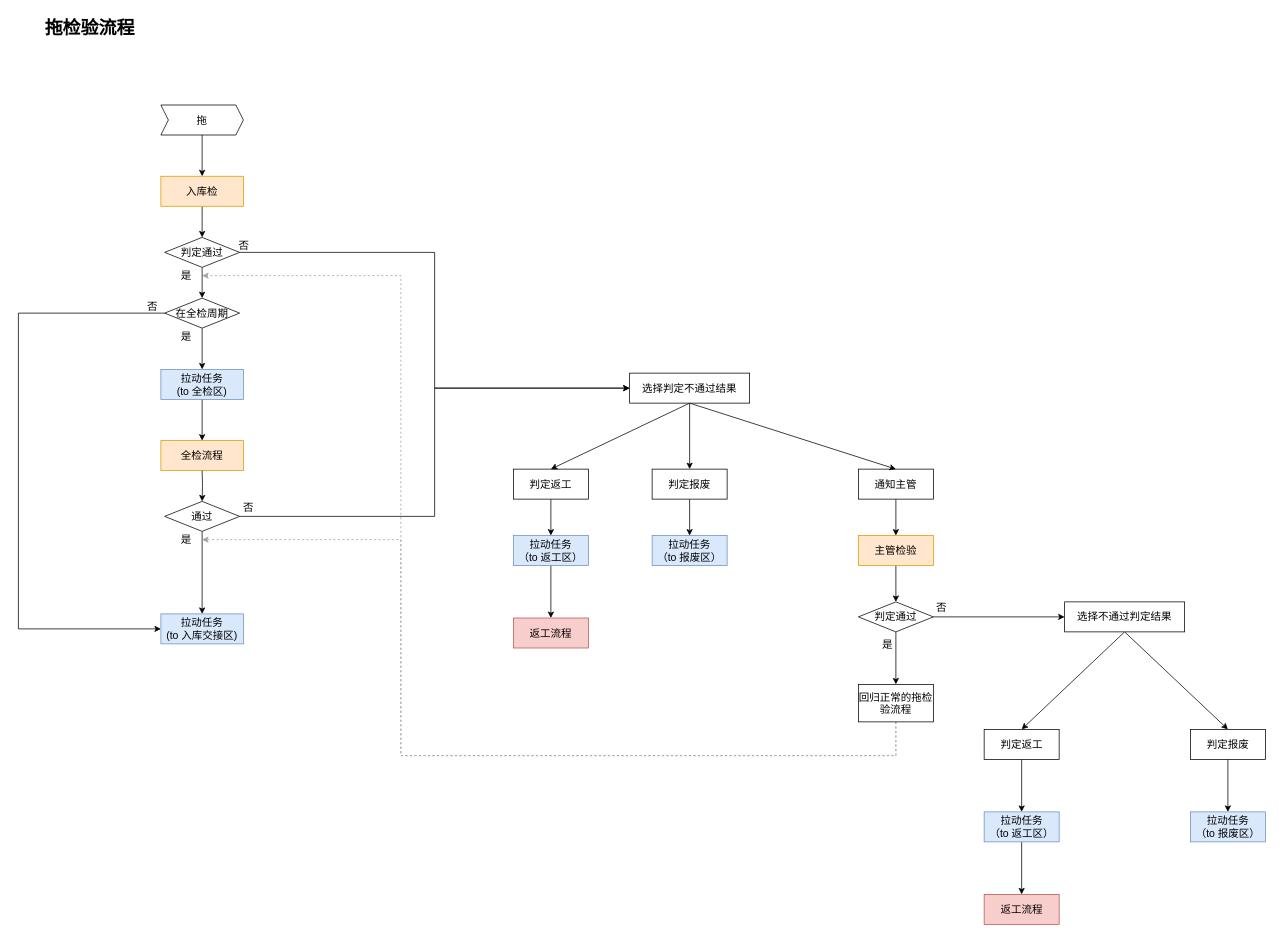
Above: page "第 2 页" (6 of 6) of 切单挂起.drawio in k525056857/mfr (draw.io), before the change. Source tidied: cells renumbered, new cells numbered last; positions are measured from the earlier drawing's top-left corner, leaving out a move shared by most shapes. Both pictures are drawn from the tidied source at 75%, with x=0, y=0 at pixel (18, 13).
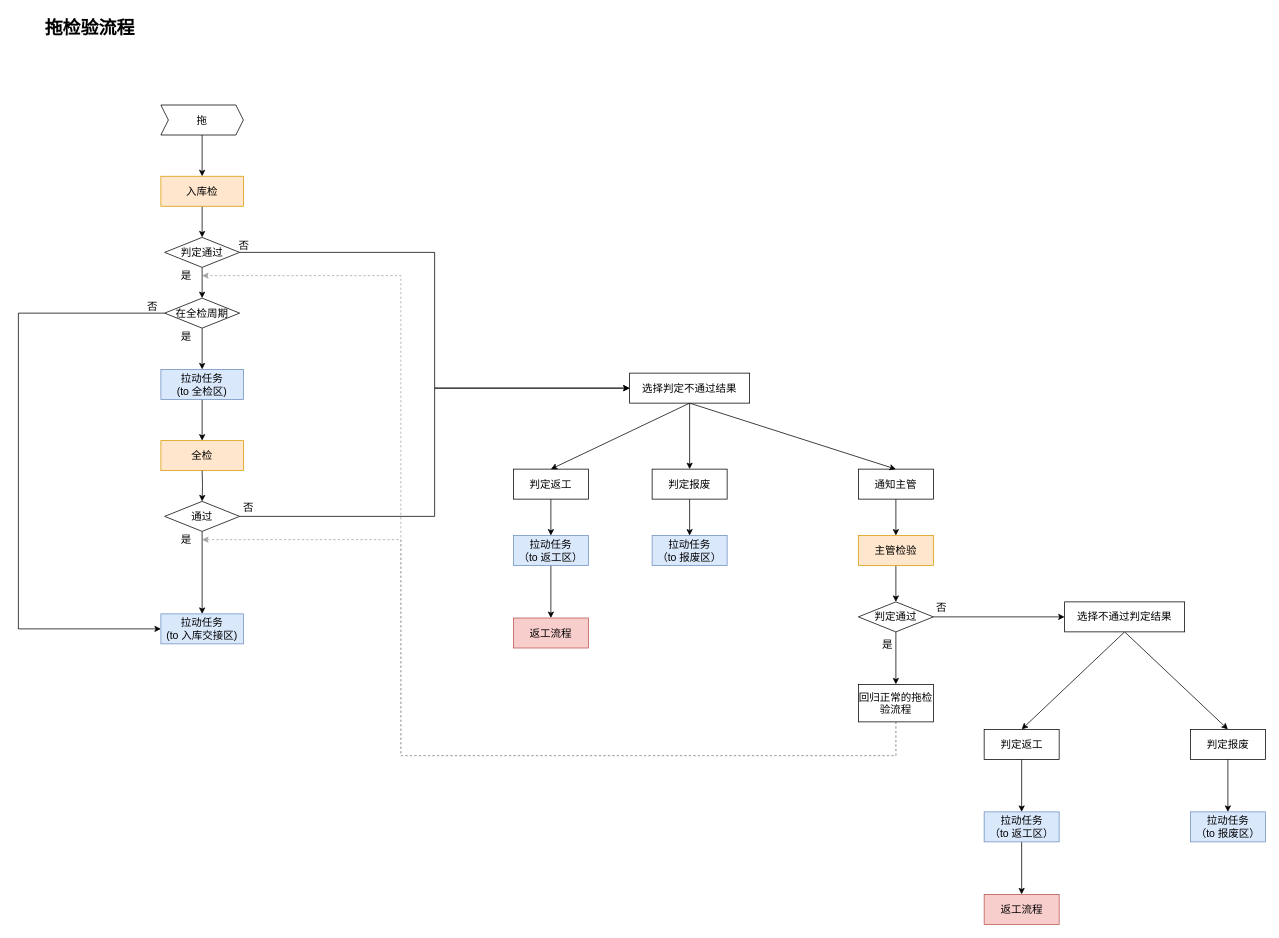
The same diagram, later.

What changed in the source:
```diff
@@
-    <mxCell id="6" value="全检流程" style="rounded=0;whiteSpace=wrap;html=1;fontSize=14;fillColor=#ffe6cc;strokeColor=#d79b00;" parent="1" vertex="1">
+    <mxCell id="6" value="全检" style="rounded=0;whiteSpace=wrap;html=1;fontSize=14;fillColor=#ffe6cc;strokeColor=#d79b00;" parent="1" vertex="1">
       <mxGeometry x="190" y="570" width="110" height="40" as="geometry" />
     </mxCell>
```
